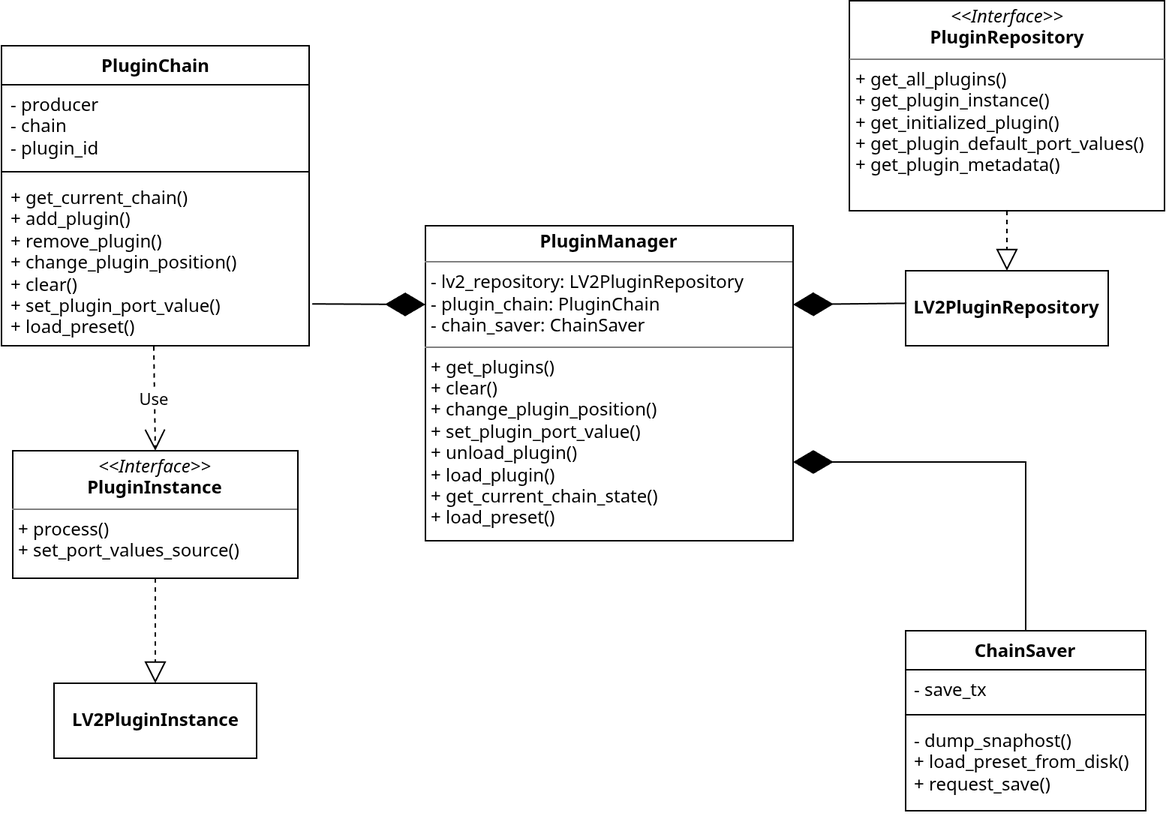
Before: thesis/figures/plugin_manager_uml.drawio.png, a diagram exported from draw.io (Shintenza/guitarian). Source tidied: cells renumbered, new cells last; positions are measured from the earlier drawing's top-left corner, leaving out a move shared by most shapes. The source it was exported from:
```xml
<mxGraphModel>
  <root>
    <mxCell id="0" />
    <mxCell id="1" parent="0" />
    <mxCell id="2" value="&lt;p style=&quot;margin:0px;margin-top:4px;text-align:center;&quot;&gt;&lt;i&gt;&amp;lt;&amp;lt;Interface&amp;gt;&amp;gt;&lt;/i&gt;&lt;br&gt;&lt;b&gt;PluginInstance&lt;/b&gt;&lt;/p&gt;&lt;hr size=&quot;1&quot; style=&quot;border-style:solid;&quot;&gt;&lt;p style=&quot;margin:0px;margin-left:4px;&quot;&gt;+ process()&lt;/p&gt;&lt;p style=&quot;margin:0px;margin-left:4px;&quot;&gt;+ set_port_values_source()&lt;/p&gt;" style="verticalAlign=top;align=left;overflow=fill;html=1;whiteSpace=wrap;" parent="1" vertex="1">
      <mxGeometry x="7" y="300" width="190" height="85" as="geometry" />
    </mxCell>
    <mxCell id="3" value="&lt;b&gt;LV2PluginInstance&lt;/b&gt;" style="html=1;whiteSpace=wrap;" parent="1" vertex="1">
      <mxGeometry x="34.5" y="455" width="135" height="50" as="geometry" />
    </mxCell>
    <mxCell id="4" value="&lt;p style=&quot;margin:0px;margin-top:4px;text-align:center;&quot;&gt;&lt;i&gt;&amp;lt;&amp;lt;Interface&amp;gt;&amp;gt;&lt;/i&gt;&lt;br&gt;&lt;b&gt;PluginRepository&lt;/b&gt;&lt;/p&gt;&lt;hr size=&quot;1&quot; style=&quot;border-style:solid;&quot;&gt;&lt;p style=&quot;margin:0px;margin-left:4px;&quot;&gt;+ get_all_plugins()&lt;br&gt;+ get_plugin_instance()&lt;/p&gt;&lt;p style=&quot;margin:0px;margin-left:4px;&quot;&gt;+ get_initialized_plugin()&lt;/p&gt;&lt;p style=&quot;margin:0px;margin-left:4px;&quot;&gt;+ get_plugin_default_port_values()&lt;/p&gt;&lt;p style=&quot;margin:0px;margin-left:4px;&quot;&gt;+ get_plugin_metadata()&lt;/p&gt;" style="verticalAlign=top;align=left;overflow=fill;html=1;whiteSpace=wrap;" parent="1" vertex="1">
      <mxGeometry x="564.5" width="210" height="140" as="geometry" />
    </mxCell>
    <mxCell id="5" value="&lt;b&gt;LV2PluginRepository&lt;/b&gt;" style="html=1;whiteSpace=wrap;" parent="1" vertex="1">
      <mxGeometry x="602" y="180" width="135" height="50" as="geometry" />
    </mxCell>
    <mxCell id="6" style="endArrow=block;dashed=1;endFill=0;endSize=12;html=1;rounded=0;exitX=0.5;exitY=1;exitDx=0;exitDy=0;entryX=0.5;entryY=0;entryDx=0;entryDy=0;" parent="1" edge="1" source="4" target="5">
      <mxGeometry relative="1" as="geometry" />
    </mxCell>
    <mxCell id="7" value="PluginChain" style="swimlane;fontStyle=1;align=center;verticalAlign=top;horizontal=1;startSize=26;whiteSpace=wrap;html=1;" parent="1" vertex="1">
      <mxGeometry x="-0.5" y="30" width="205" height="200" as="geometry" />
    </mxCell>
    <mxCell id="8" value="- producer&lt;div&gt;- chain&lt;/div&gt;&lt;div&gt;- plugin_id&lt;/div&gt;" style="text;strokeColor=none;fillColor=none;align=left;verticalAlign=top;spacingLeft=4;spacingRight=4;overflow=hidden;whiteSpace=wrap;html=1;" parent="7" vertex="1">
      <mxGeometry y="26" width="205" height="54" as="geometry" />
    </mxCell>
    <mxCell id="9" style="line;strokeWidth=1;fillColor=none;align=left;verticalAlign=middle;spacingTop=-1;spacingLeft=3;spacingRight=3;labelPosition=right;strokeColor=inherit;" parent="7" vertex="1">
      <mxGeometry y="80" width="205" height="8" as="geometry" />
    </mxCell>
    <mxCell id="10" value="+ get_current_chain()&lt;div&gt;+ add_plugin()&lt;/div&gt;&lt;div&gt;+ remove_plugin()&lt;/div&gt;&lt;div&gt;+ change_plugin_position()&lt;/div&gt;&lt;div&gt;+ clear()&lt;/div&gt;&lt;div&gt;+ set_plugin_port_value()&lt;/div&gt;&lt;div&gt;+ load_preset()&lt;/div&gt;" style="text;strokeColor=none;fillColor=none;align=left;verticalAlign=top;spacingLeft=4;spacingRight=4;overflow=hidden;points=[[0,0.5],[1,0.5]];portConstraint=eastwest;whiteSpace=wrap;html=1;" parent="7" vertex="1">
      <mxGeometry y="88" width="205" height="112" as="geometry" />
    </mxCell>
    <mxCell id="11" value="ChainSaver" style="swimlane;fontStyle=1;align=center;verticalAlign=top;horizontal=1;startSize=26;whiteSpace=wrap;html=1;" parent="1" vertex="1">
      <mxGeometry x="602" y="420" width="160" height="120" as="geometry" />
    </mxCell>
    <mxCell id="12" value="- save_tx" style="text;strokeColor=none;fillColor=none;align=left;verticalAlign=top;spacingLeft=4;spacingRight=4;overflow=hidden;whiteSpace=wrap;html=1;" parent="11" vertex="1">
      <mxGeometry y="26" width="160" height="26" as="geometry" />
    </mxCell>
    <mxCell id="13" style="line;strokeWidth=1;fillColor=none;align=left;verticalAlign=middle;spacingTop=-1;spacingLeft=3;spacingRight=3;labelPosition=right;strokeColor=inherit;" parent="11" vertex="1">
      <mxGeometry y="52" width="160" height="8" as="geometry" />
    </mxCell>
    <mxCell id="14" value="- dump_snaphost()&lt;div&gt;+ load_preset_from_disk()&lt;/div&gt;&lt;div&gt;+ request_save()&lt;/div&gt;" style="text;strokeColor=none;fillColor=none;align=left;verticalAlign=top;spacingLeft=4;spacingRight=4;overflow=hidden;whiteSpace=wrap;html=1;" parent="11" vertex="1">
      <mxGeometry y="60" width="160" height="60" as="geometry" />
    </mxCell>
    <mxCell id="15" value="&lt;p style=&quot;margin:0px;margin-top:4px;text-align:center;&quot;&gt;&lt;b&gt;PluginManager&lt;/b&gt;&lt;/p&gt;&lt;hr size=&quot;1&quot; style=&quot;border-style:solid;&quot;&gt;&lt;p style=&quot;margin:0px;margin-left:4px;&quot;&gt;- lv2_repository: LV2PluginRepository&lt;/p&gt;&lt;p style=&quot;margin:0px;margin-left:4px;&quot;&gt;- plugin_chain: PluginChain&lt;/p&gt;&lt;p style=&quot;margin:0px;margin-left:4px;&quot;&gt;- chain_saver: ChainSaver&lt;/p&gt;&lt;hr size=&quot;1&quot; style=&quot;border-style:solid;&quot;&gt;&lt;p style=&quot;margin:0px;margin-left:4px;&quot;&gt;+ get_plugins()&lt;/p&gt;&lt;p style=&quot;margin:0px;margin-left:4px;&quot;&gt;+ clear()&lt;/p&gt;&lt;p style=&quot;margin:0px;margin-left:4px;&quot;&gt;+ change_plugin_position()&lt;br&gt;+ set_plugin_port_value()&lt;br&gt;+ unload_plugin()&lt;br&gt;+ load_plugin()&lt;br&gt;+ get_current_chain_state()&lt;br&gt;+ load_preset()&lt;br&gt;&lt;/p&gt;" style="verticalAlign=top;align=left;overflow=fill;html=1;whiteSpace=wrap;" parent="1" vertex="1">
      <mxGeometry x="282" y="150" width="245" height="210" as="geometry" />
    </mxCell>
    <mxCell id="16" style="endArrow=block;dashed=1;endFill=0;endSize=12;html=1;rounded=0;exitX=0.5;exitY=1;exitDx=0;exitDy=0;entryX=0.5;entryY=0;entryDx=0;entryDy=0;" parent="1" edge="1" source="2" target="3">
      <mxGeometry relative="1" as="geometry" />
    </mxCell>
    <mxCell id="17" style="endArrow=diamondThin;endFill=1;endSize=24;html=1;rounded=0;entryX=0;entryY=0.25;entryDx=0;entryDy=0;exitX=1.01;exitY=0.751;exitDx=0;exitDy=0;exitPerimeter=0;" parent="1" edge="1" source="10" target="15">
      <mxGeometry relative="1" as="geometry" />
    </mxCell>
    <mxCell id="18" style="endArrow=diamondThin;endFill=1;endSize=24;html=1;rounded=0;entryX=1;entryY=0.25;entryDx=0;entryDy=0;exitX=0.004;exitY=0.434;exitDx=0;exitDy=0;exitPerimeter=0;" parent="1" edge="1" source="5" target="15">
      <mxGeometry relative="1" as="geometry" />
    </mxCell>
    <mxCell id="19" value="Use" style="endArrow=open;endSize=12;dashed=1;html=1;rounded=0;exitX=0.495;exitY=1.003;exitDx=0;exitDy=0;exitPerimeter=0;entryX=0.5;entryY=0;entryDx=0;entryDy=0;" parent="1" edge="1" source="10" target="2">
      <mxGeometry relative="1" as="geometry" />
    </mxCell>
    <mxCell id="20" style="endArrow=diamondThin;endFill=1;endSize=24;html=1;rounded=0;entryX=1;entryY=0.75;entryDx=0;entryDy=0;exitX=0.5;exitY=0;exitDx=0;exitDy=0;" parent="1" edge="1" source="11" target="15">
      <mxGeometry relative="1" as="geometry">
        <Array as="points">
          <mxPoint x="682" y="307.5" />
        </Array>
      </mxGeometry>
    </mxCell>
  </root>
</mxGraphModel>
```
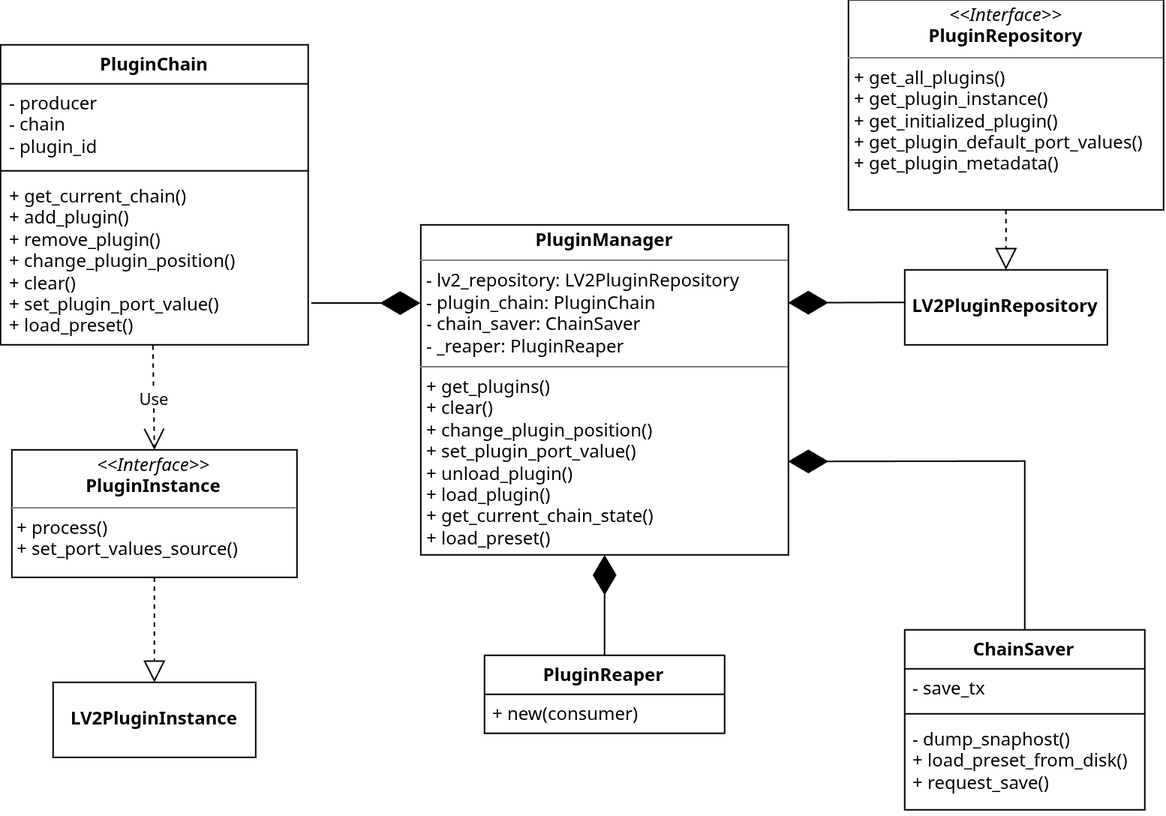
Above is the later version.

Commit message:
chore: document updates after adding plugin reaper

Diff of the diagram source:
```diff
@@ -41,27 +41,36 @@
     <mxCell id="14" value="- dump_snaphost()&lt;div&gt;+ load_preset_from_disk()&lt;/div&gt;&lt;div&gt;+ request_save()&lt;/div&gt;" style="text;strokeColor=none;fillColor=none;align=left;verticalAlign=top;spacingLeft=4;spacingRight=4;overflow=hidden;whiteSpace=wrap;html=1;" parent="11" vertex="1">
       <mxGeometry y="60" width="160" height="60" as="geometry" />
     </mxCell>
-    <mxCell id="15" value="&lt;p style=&quot;margin:0px;margin-top:4px;text-align:center;&quot;&gt;&lt;b&gt;PluginManager&lt;/b&gt;&lt;/p&gt;&lt;hr size=&quot;1&quot; style=&quot;border-style:solid;&quot;&gt;&lt;p style=&quot;margin:0px;margin-left:4px;&quot;&gt;- lv2_repository: LV2PluginRepository&lt;/p&gt;&lt;p style=&quot;margin:0px;margin-left:4px;&quot;&gt;- plugin_chain: PluginChain&lt;/p&gt;&lt;p style=&quot;margin:0px;margin-left:4px;&quot;&gt;- chain_saver: ChainSaver&lt;/p&gt;&lt;hr size=&quot;1&quot; style=&quot;border-style:solid;&quot;&gt;&lt;p style=&quot;margin:0px;margin-left:4px;&quot;&gt;+ get_plugins()&lt;/p&gt;&lt;p style=&quot;margin:0px;margin-left:4px;&quot;&gt;+ clear()&lt;/p&gt;&lt;p style=&quot;margin:0px;margin-left:4px;&quot;&gt;+ change_plugin_position()&lt;br&gt;+ set_plugin_port_value()&lt;br&gt;+ unload_plugin()&lt;br&gt;+ load_plugin()&lt;br&gt;+ get_current_chain_state()&lt;br&gt;+ load_preset()&lt;br&gt;&lt;/p&gt;" style="verticalAlign=top;align=left;overflow=fill;html=1;whiteSpace=wrap;" parent="1" vertex="1">
-      <mxGeometry x="282" y="150" width="245" height="210" as="geometry" />
+    <mxCell id="15" value="&lt;p style=&quot;margin:0px;margin-top:4px;text-align:center;&quot;&gt;&lt;b&gt;PluginManager&lt;/b&gt;&lt;/p&gt;&lt;hr size=&quot;1&quot; style=&quot;border-style:solid;&quot;&gt;&lt;p style=&quot;margin:0px;margin-left:4px;&quot;&gt;- lv2_repository: LV2PluginRepository&lt;/p&gt;&lt;p style=&quot;margin:0px;margin-left:4px;&quot;&gt;- plugin_chain: PluginChain&lt;/p&gt;&lt;p style=&quot;margin:0px;margin-left:4px;&quot;&gt;- chain_saver: ChainSaver&lt;/p&gt;&lt;p style=&quot;margin:0px;margin-left:4px;&quot;&gt;- _reaper: PluginReaper&lt;/p&gt;&lt;hr size=&quot;1&quot; style=&quot;border-style:solid;&quot;&gt;&lt;p style=&quot;margin:0px;margin-left:4px;&quot;&gt;+ get_plugins()&lt;/p&gt;&lt;p style=&quot;margin:0px;margin-left:4px;&quot;&gt;+ clear()&lt;/p&gt;&lt;p style=&quot;margin:0px;margin-left:4px;&quot;&gt;+ change_plugin_position()&lt;br&gt;+ set_plugin_port_value()&lt;br&gt;+ unload_plugin()&lt;br&gt;+ load_plugin()&lt;br&gt;+ get_current_chain_state()&lt;br&gt;+ load_preset()&lt;br&gt;&lt;/p&gt;" style="verticalAlign=top;align=left;overflow=fill;html=1;whiteSpace=wrap;" parent="1" vertex="1">
+      <mxGeometry x="279.5" y="150" width="245" height="220" as="geometry" />
     </mxCell>
     <mxCell id="16" style="endArrow=block;dashed=1;endFill=0;endSize=12;html=1;rounded=0;exitX=0.5;exitY=1;exitDx=0;exitDy=0;entryX=0.5;entryY=0;entryDx=0;entryDy=0;" parent="1" edge="1" source="2" target="3">
       <mxGeometry relative="1" as="geometry" />
     </mxCell>
-    <mxCell id="17" style="endArrow=diamondThin;endFill=1;endSize=24;html=1;rounded=0;entryX=0;entryY=0.25;entryDx=0;entryDy=0;exitX=1.01;exitY=0.751;exitDx=0;exitDy=0;exitPerimeter=0;" parent="1" edge="1" source="10" target="15">
+    <mxCell id="17" style="endArrow=diamondThin;endFill=1;endSize=24;html=1;rounded=0;entryX=-0.001;entryY=0.237;entryDx=0;entryDy=0;exitX=1.01;exitY=0.751;exitDx=0;exitDy=0;exitPerimeter=0;entryPerimeter=0;" parent="1" edge="1" source="10" target="15">
       <mxGeometry relative="1" as="geometry" />
     </mxCell>
-    <mxCell id="18" style="endArrow=diamondThin;endFill=1;endSize=24;html=1;rounded=0;entryX=1;entryY=0.25;entryDx=0;entryDy=0;exitX=0.004;exitY=0.434;exitDx=0;exitDy=0;exitPerimeter=0;" parent="1" edge="1" source="5" target="15">
+    <mxCell id="18" style="endArrow=diamondThin;endFill=1;endSize=24;html=1;rounded=0;entryX=0.999;entryY=0.236;entryDx=0;entryDy=0;exitX=0.004;exitY=0.434;exitDx=0;exitDy=0;exitPerimeter=0;entryPerimeter=0;" parent="1" edge="1" source="5" target="15">
       <mxGeometry relative="1" as="geometry" />
     </mxCell>
     <mxCell id="19" value="Use" style="endArrow=open;endSize=12;dashed=1;html=1;rounded=0;exitX=0.495;exitY=1.003;exitDx=0;exitDy=0;exitPerimeter=0;entryX=0.5;entryY=0;entryDx=0;entryDy=0;" parent="1" edge="1" source="10" target="2">
       <mxGeometry relative="1" as="geometry" />
     </mxCell>
-    <mxCell id="20" style="endArrow=diamondThin;endFill=1;endSize=24;html=1;rounded=0;entryX=1;entryY=0.75;entryDx=0;entryDy=0;exitX=0.5;exitY=0;exitDx=0;exitDy=0;" parent="1" edge="1" source="11" target="15">
+    <mxCell id="20" style="endArrow=diamondThin;endFill=1;endSize=24;html=1;rounded=0;entryX=0.999;entryY=0.717;entryDx=0;entryDy=0;exitX=0.5;exitY=0;exitDx=0;exitDy=0;entryPerimeter=0;" parent="1" edge="1" source="11" target="15">
       <mxGeometry relative="1" as="geometry">
         <Array as="points">
           <mxPoint x="682" y="307.5" />
         </Array>
       </mxGeometry>
     </mxCell>
+    <mxCell id="21" value="PluginReaper" style="swimlane;fontStyle=1;align=center;verticalAlign=top;horizontal=1;startSize=26;whiteSpace=wrap;html=1;" parent="1" vertex="1">
+      <mxGeometry x="322" y="437" width="160" height="52" as="geometry" />
+    </mxCell>
+    <mxCell id="22" value="+ new(consumer)" style="text;strokeColor=none;fillColor=none;align=left;verticalAlign=top;spacingLeft=4;spacingRight=4;overflow=hidden;whiteSpace=wrap;html=1;" parent="21" vertex="1">
+      <mxGeometry y="26" width="160" height="26" as="geometry" />
+    </mxCell>
+    <mxCell id="23" style="endArrow=diamondThin;endFill=1;endSize=24;html=1;rounded=0;entryX=0.5;entryY=1;entryDx=0;entryDy=0;exitX=0.5;exitY=0;exitDx=0;exitDy=0;" parent="1" edge="1" source="21" target="15">
+      <mxGeometry relative="1" as="geometry" />
+    </mxCell>
   </root>
 </mxGraphModel>
```
